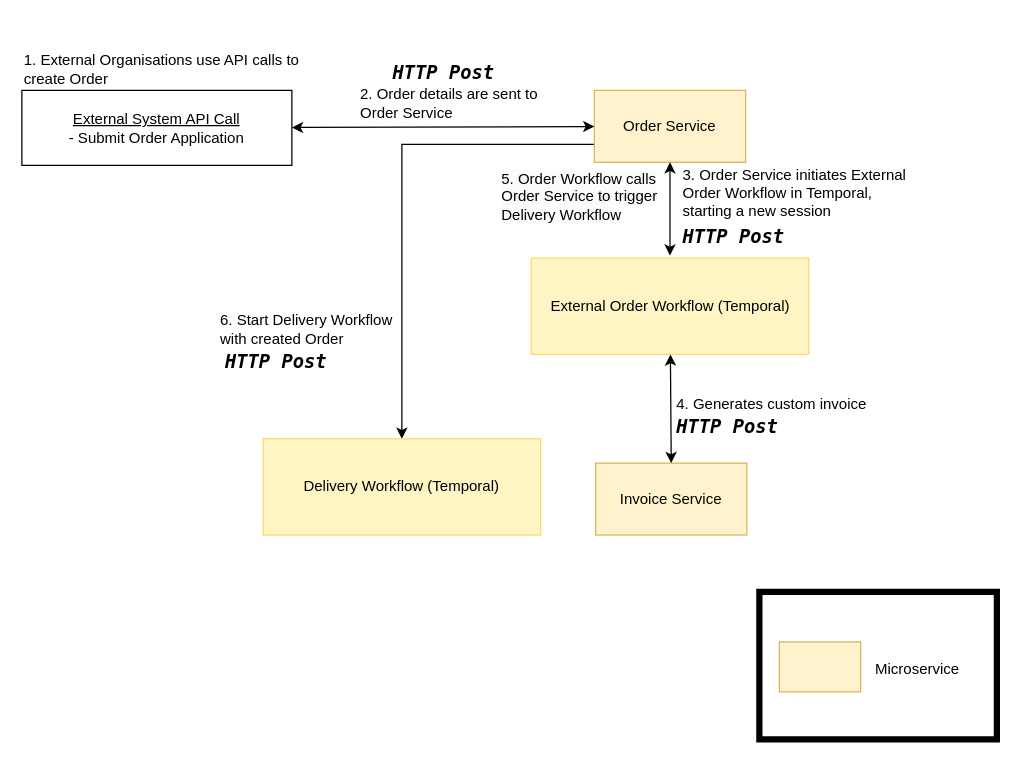
Above: diagrams/Scenario2.drawio in darkliyznyanlin910/esd-2425T2 (draw.io), before the change. Source tidied: cells renumbered, new cells numbered last; positions are measured from the earlier drawing's top-left corner, leaving out a move shared by most shapes. Both pictures are drawn from the tidied source at 125%, with x=0, y=0 at pixel (21, 50).
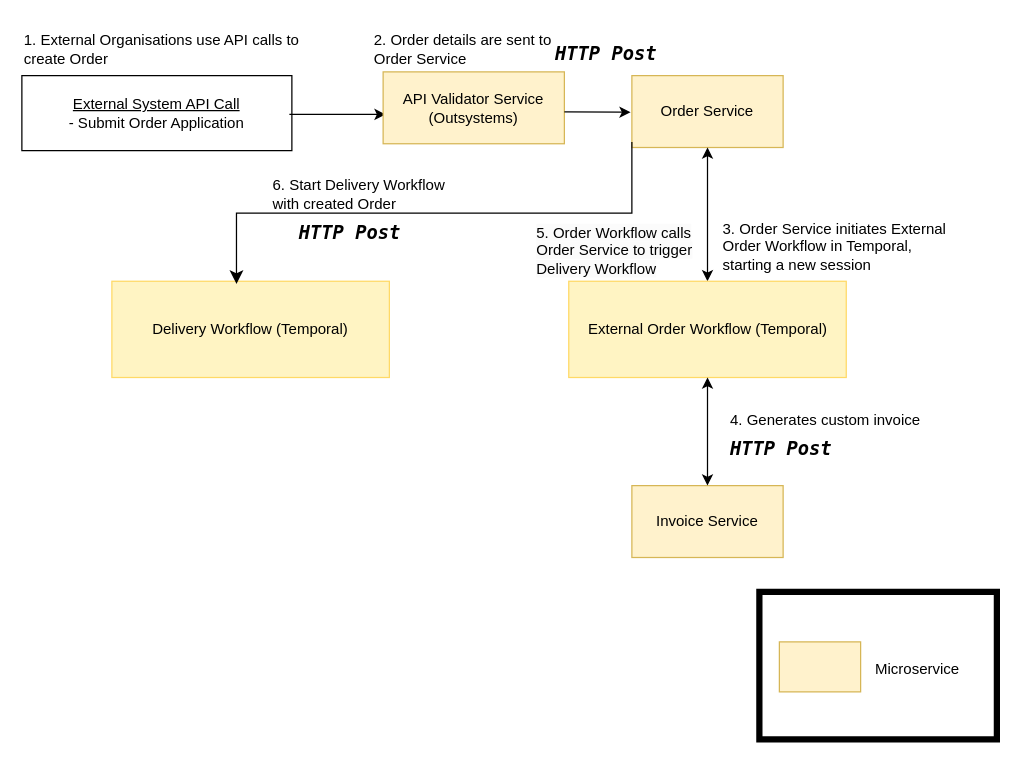
The same page after the edit.

Commit message:
added outsystems to diagram2

The edit, as a diff of the source:
```diff
@@
     <mxCell id="2" value="&lt;u&gt;External System API Call&lt;/u&gt;&lt;div&gt;- Submit Order Application&lt;/div&gt;" style="rounded=0;whiteSpace=wrap;html=1;" parent="1" vertex="1">
-      <mxGeometry y="31.8" width="216" height="60" as="geometry" />
+      <mxGeometry y="20" width="216" height="60" as="geometry" />
     </mxCell>
-    <mxCell id="3" style="edgeStyle=none;html=1;exitX=0;exitY=0.75;exitDx=0;exitDy=0;entryX=0.5;entryY=0;entryDx=0;entryDy=0;rounded=0;curved=0;" parent="1" edge="1" source="4" target="9">
-      <mxGeometry relative="1" as="geometry">
-        <Array as="points">
-          <mxPoint x="304" y="75" />
-        </Array>
-      </mxGeometry>
-    </mxCell>
     <mxCell id="4" value="Order Service" style="rounded=0;whiteSpace=wrap;html=1;fillColor=#fff2cc;strokeColor=#d6b656;" parent="1" vertex="1">
-      <mxGeometry x="458" y="31.8" width="121" height="57.5" as="geometry" />
+      <mxGeometry x="488" y="20" width="121" height="57.5" as="geometry" />
     </mxCell>
     <mxCell id="5" value="1. External Organisations use API calls to create Order" style="text;html=1;align=left;verticalAlign=middle;whiteSpace=wrap;rounded=0;" parent="1" vertex="1">
-      <mxGeometry width="239" height="30" as="geometry" />
+      <mxGeometry y="-16" width="239" height="30" as="geometry" />
     </mxCell>
-    <mxCell id="6" style="endArrow=classic;startArrow=classic;html=1;rounded=0;" parent="1" edge="1" source="2" target="4">
-      <mxGeometry relative="1" as="geometry" />
-    </mxCell>
-    <mxCell id="7" style="endArrow=classic;startArrow=classic;html=1;rounded=0;entryX=0.5;entryY=1;entryDx=0;entryDy=0;" parent="1" edge="1" target="4">
-      <mxGeometry relative="1" as="geometry">
-        <mxPoint x="518.5" y="164" as="sourcePoint" />
-      </mxGeometry>
+    <mxCell id="7" style="endArrow=classic;startArrow=classic;html=1;rounded=0;entryX=0.5;entryY=1;entryDx=0;entryDy=0;exitX=0.5;exitY=0;exitDx=0;exitDy=0;" parent="1" edge="1" source="10" target="4">
+      <mxGeometry relative="1" as="geometry" />
     </mxCell>
     <mxCell id="8" value="2. Order details are sent to &lt;br&gt;Order Service" style="text;html=1;align=left;verticalAlign=middle;whiteSpace=wrap;rounded=0;" parent="1" vertex="1">
-      <mxGeometry x="269" y="27" width="155" height="30" as="geometry" />
+      <mxGeometry x="280" y="-16" width="155" height="30" as="geometry" />
     </mxCell>
     <mxCell id="9" value="Delivery Workflow (Temporal)" style="rounded=0;whiteSpace=wrap;html=1;fillColor=light-dark(#FFF4C3,var(--ge-dark-color, #121212));strokeColor=light-dark(#FFD966,#FFFFFF);" parent="1" vertex="1">
-      <mxGeometry x="193" y="310.5" width="222" height="77" as="geometry" />
+      <mxGeometry x="72" y="184.5" width="222" height="77" as="geometry" />
     </mxCell>
     <mxCell id="10" value="External Order Workflow (Temporal)" style="rounded=0;whiteSpace=wrap;html=1;fillColor=light-dark(#FFF4C3,var(--ge-dark-color, #121212));strokeColor=light-dark(#FFD966,#FFFFFF);" parent="1" vertex="1">
-      <mxGeometry x="407.5" y="166" width="222" height="77" as="geometry" />
+      <mxGeometry x="437.5" y="184.5" width="222" height="77" as="geometry" />
     </mxCell>
     <mxCell id="11" value="Invoice Service" style="rounded=0;whiteSpace=wrap;html=1;fillColor=#fff2cc;strokeColor=#d6b656;" parent="1" vertex="1">
-      <mxGeometry x="459" y="330" width="121" height="57.5" as="geometry" />
+      <mxGeometry x="488" y="348" width="121" height="57.5" as="geometry" />
     </mxCell>
     <mxCell id="12" value="3. Order Service initiates External Order Workflow in Temporal, starting a new session" style="text;html=1;align=left;verticalAlign=middle;whiteSpace=wrap;rounded=0;" parent="1" vertex="1">
-      <mxGeometry x="527" y="99" width="195" height="30" as="geometry" />
+      <mxGeometry x="558.5" y="142" width="195" height="30" as="geometry" />
     </mxCell>
     <mxCell id="13" value="4. Generates custom invoice" style="text;html=1;align=left;verticalAlign=middle;whiteSpace=wrap;rounded=0;" parent="1" vertex="1">
-      <mxGeometry x="522" y="268" width="166" height="30" as="geometry" />
+      <mxGeometry x="565" y="281" width="166" height="30" as="geometry" />
     </mxCell>
@@
     <mxCell id="15" value="6. Start Delivery Workflow with created Order" style="text;html=1;align=left;verticalAlign=middle;whiteSpace=wrap;rounded=0;" parent="1" vertex="1">
-      <mxGeometry x="157" y="208" width="150" height="30" as="geometry" />
+      <mxGeometry x="199" y="100" width="150" height="30" as="geometry" />
     </mxCell>
     <mxCell id="16" value="&lt;span style=&quot;color: rgb(0, 0, 0); font-family: Helvetica; font-size: 12px; font-style: normal; font-variant-ligatures: normal; font-variant-caps: normal; font-weight: 400; letter-spacing: normal; orphans: 2; text-indent: 0px; text-transform: none; widows: 2; word-spacing: 0px; -webkit-text-stroke-width: 0px; white-space: normal; background-color: rgb(251, 251, 251); text-decoration-thickness: initial; text-decoration-style: initial; text-decoration-color: initial; float: none; display: inline !important;&quot;&gt;5. Order Workflow calls Order Service to trigger Delivery Workflow&lt;/span&gt;" style="text;whiteSpace=wrap;html=1;align=left;" parent="1" vertex="1">
-      <mxGeometry x="382" y="89.2" width="158" height="36" as="geometry" />
+      <mxGeometry x="410" y="132" width="158" height="36" as="geometry" />
     </mxCell>
     <mxCell id="17" value="&lt;h5&gt;&lt;font style=&quot;font-size: 15px;&quot; face=&quot;Lucida Console&quot;&gt;&lt;i&gt;HTTP Post&lt;/i&gt;&lt;/font&gt;&lt;/h5&gt;" style="text;html=1;align=left;verticalAlign=middle;whiteSpace=wrap;rounded=0;" parent="1" vertex="1">
-      <mxGeometry x="295" y="1.8" width="100" height="30" as="geometry" />
+      <mxGeometry x="425" y="-13" width="100" height="30" as="geometry" />
     </mxCell>
-    <mxCell id="18" value="&lt;h5&gt;&lt;font style=&quot;font-size: 15px;&quot; face=&quot;Lucida Console&quot;&gt;&lt;i&gt;HTTP Post&lt;/i&gt;&lt;/font&gt;&lt;/h5&gt;" style="text;html=1;align=left;verticalAlign=middle;whiteSpace=wrap;rounded=0;" parent="1" vertex="1">
-      <mxGeometry x="527" y="133" width="100" height="30" as="geometry" />
-    </mxCell>
     <mxCell id="19" value="&lt;h5&gt;&lt;font style=&quot;font-size: 15px;&quot; face=&quot;Lucida Console&quot;&gt;&lt;i&gt;HTTP Post&lt;/i&gt;&lt;/font&gt;&lt;/h5&gt;" style="text;html=1;align=left;verticalAlign=middle;whiteSpace=wrap;rounded=0;" parent="1" vertex="1">
-      <mxGeometry x="522" y="285" width="100" height="30" as="geometry" />
+      <mxGeometry x="565" y="303" width="100" height="30" as="geometry" />
     </mxCell>
     <mxCell id="20" value="&lt;h5&gt;&lt;font style=&quot;font-size: 15px;&quot; face=&quot;Lucida Console&quot;&gt;&lt;i&gt;HTTP Post&lt;/i&gt;&lt;/font&gt;&lt;/h5&gt;" style="text;html=1;align=left;verticalAlign=middle;whiteSpace=wrap;rounded=0;" parent="1" vertex="1">
-      <mxGeometry x="161" y="233" width="100" height="30" as="geometry" />
+      <mxGeometry x="220" y="130" width="100" height="30" as="geometry" />
     </mxCell>
@@
+    <mxCell id="24" style="endArrow=classic;html=1;" parent="1" edge="1">
+      <mxGeometry relative="1" as="geometry">
+        <mxPoint x="214" y="51" as="sourcePoint" />
+        <mxPoint x="291" y="51" as="targetPoint" />
+      </mxGeometry>
+    </mxCell>
+    <mxCell id="25" value="API Validator Service&lt;div&gt;(Outsystems)&lt;/div&gt;" style="rounded=0;whiteSpace=wrap;html=1;fillColor=#fff2cc;strokeColor=#d6b656;" parent="1" vertex="1">
+      <mxGeometry x="289" y="17" width="145" height="57.5" as="geometry" />
+    </mxCell>
+    <mxCell id="26" style="endArrow=classic;html=1;" parent="1" edge="1">
+      <mxGeometry relative="1" as="geometry">
+        <mxPoint x="434" y="49" as="sourcePoint" />
+        <mxPoint x="487" y="49.3" as="targetPoint" />
+      </mxGeometry>
+    </mxCell>
+    <mxCell id="27" style="edgeStyle=elbowEdgeStyle;elbow=vertical;endArrow=classic;html=1;curved=0;rounded=0;endSize=8;startSize=8;entryX=0.449;entryY=0.028;entryDx=0;entryDy=0;entryPerimeter=0;" parent="1" edge="1" target="9">
+      <mxGeometry relative="1" as="geometry">
+        <mxPoint x="488" y="73" as="sourcePoint" />
+      </mxGeometry>
+    </mxCell>
```
